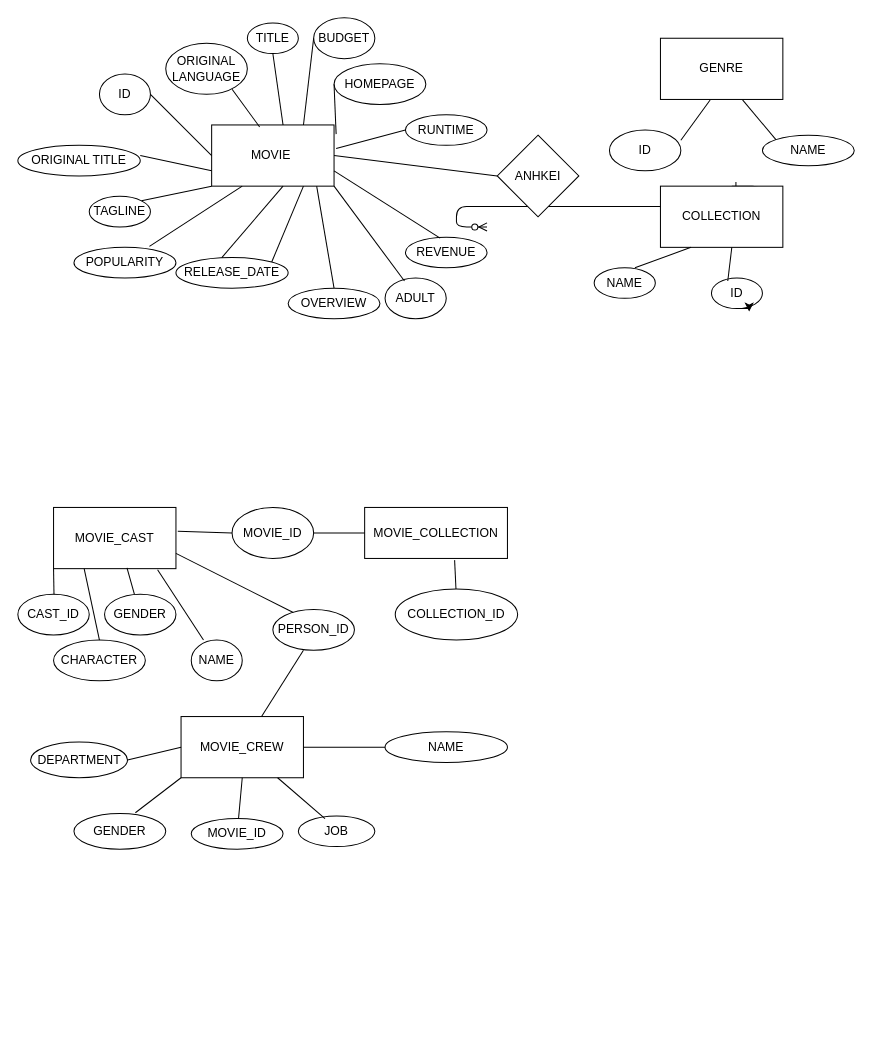
Above: Untitled Diagram.drawio in hraklhsk/hraklhsk (draw.io), before the change. Source tidied: cells renumbered, new cells numbered last; positions are measured from the earlier drawing's top-left corner, leaving out a move shared by most shapes. Both pictures are drawn from the tidied source at 102%, with x=0, y=0 at pixel (17, 17).
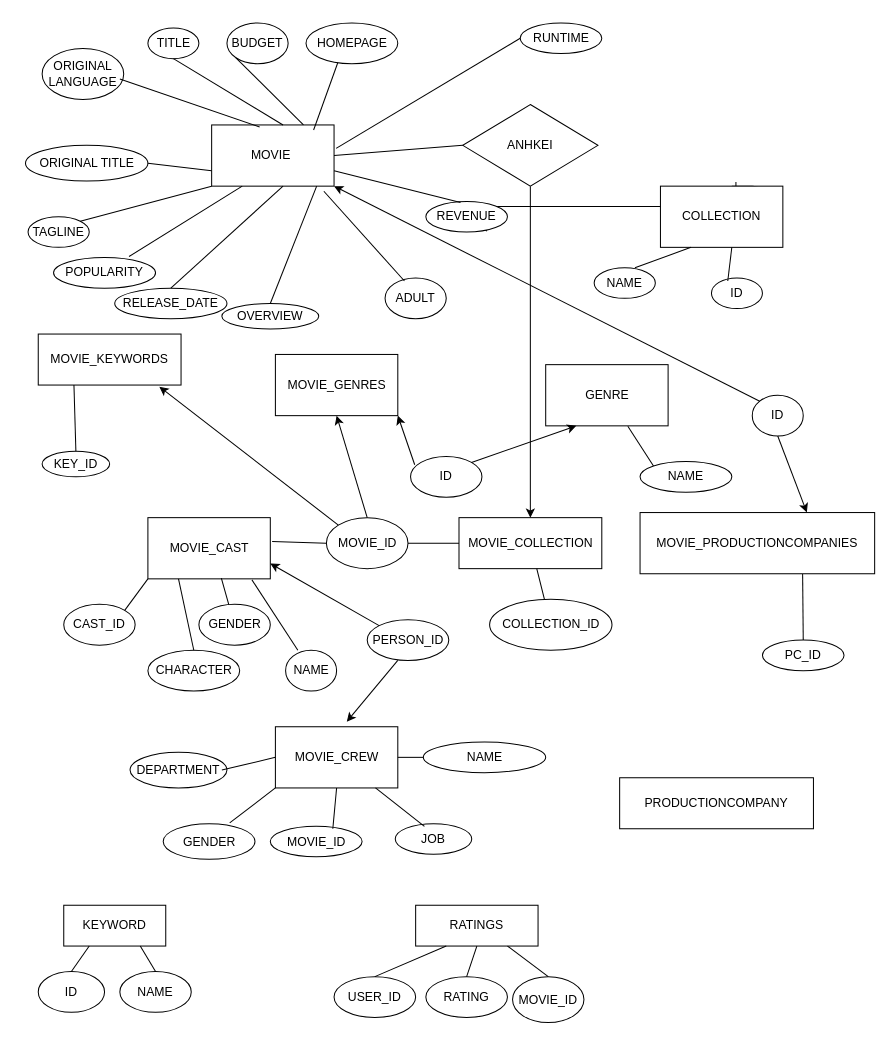
The same diagram, later.

The change refers to these unchanged cells:
```xml
<mxCell id="3" value="MOVIE&amp;nbsp;" style="rounded=0;whiteSpace=wrap;html=1;" parent="1" vertex="1">
  <mxGeometry x="190" y="105" width="120" height="60" as="geometry" />
</mxCell>
<mxCell id="5" value="ADULT" style="ellipse;whiteSpace=wrap;html=1;" parent="1" vertex="1">
  <mxGeometry x="360" y="255" width="60" height="40" as="geometry" />
</mxCell>
<mxCell id="33" value="ID" style="ellipse;whiteSpace=wrap;html=1;" parent="1" vertex="1">
  <mxGeometry x="680" y="255" width="50" height="30" as="geometry" />
</mxCell>
```

Diff of the diagram source:
```diff
@@
     <mxCell id="4" value="ID" style="ellipse;whiteSpace=wrap;html=1;" parent="1" vertex="1">
-      <mxGeometry x="80" y="55" width="50" height="40" as="geometry" />
+      <mxGeometry x="720" y="370" width="50" height="40" as="geometry" />
     </mxCell>
@@
     <mxCell id="7" value="BUDGET" style="ellipse;whiteSpace=wrap;html=1;" parent="1" vertex="1">
-      <mxGeometry x="290" width="60" height="40" as="geometry" />
+      <mxGeometry x="205" y="5" width="60" height="40" as="geometry" />
     </mxCell>
     <mxCell id="8" value="HOMEPAGE" style="ellipse;whiteSpace=wrap;html=1;" parent="1" vertex="1">
-      <mxGeometry x="310" y="45" width="90" height="40" as="geometry" />
+      <mxGeometry x="282.5" y="5" width="90" height="40" as="geometry" />
     </mxCell>
     <mxCell id="9" value="ORIGINAL LANGUAGE" style="ellipse;whiteSpace=wrap;html=1;" parent="1" vertex="1">
-      <mxGeometry x="145" y="25" width="80" height="50" as="geometry" />
+      <mxGeometry x="23.8" y="30" width="80" height="50" as="geometry" />
     </mxCell>
     <mxCell id="10" value="ORIGINAL TITLE" style="ellipse;whiteSpace=wrap;html=1;" parent="1" vertex="1">
-      <mxGeometry y="125" width="120" height="30" as="geometry" />
+      <mxGeometry x="7.5" y="125" width="120" height="35" as="geometry" />
     </mxCell>
     <mxCell id="11" value="TITLE" style="ellipse;whiteSpace=wrap;html=1;" parent="1" vertex="1">
-      <mxGeometry x="225" y="5" width="50" height="30" as="geometry" />
+      <mxGeometry x="127.5" y="10" width="50" height="30" as="geometry" />
     </mxCell>
     <mxCell id="12" value="TAGLINE" style="ellipse;whiteSpace=wrap;html=1;" parent="1" vertex="1">
-      <mxGeometry x="70" y="175" width="60" height="30" as="geometry" />
+      <mxGeometry x="10" y="195" width="60" height="30" as="geometry" />
     </mxCell>
     <mxCell id="13" value="OVERVIEW" style="ellipse;whiteSpace=wrap;html=1;" parent="1" vertex="1">
-      <mxGeometry x="265" y="265" width="90" height="30" as="geometry" />
+      <mxGeometry x="200" y="280" width="95" height="25" as="geometry" />
     </mxCell>
     <mxCell id="14" value="POPULARITY" style="ellipse;whiteSpace=wrap;html=1;" parent="1" vertex="1">
-      <mxGeometry x="55" y="225" width="100" height="30" as="geometry" />
+      <mxGeometry x="35" y="235" width="100" height="30" as="geometry" />
     </mxCell>
     <mxCell id="15" value="RELEASE_DATE" style="ellipse;whiteSpace=wrap;html=1;" parent="1" vertex="1">
-      <mxGeometry x="155" y="235" width="110" height="30" as="geometry" />
+      <mxGeometry x="95" y="265" width="110" height="30" as="geometry" />
     </mxCell>
     <mxCell id="16" value="REVENUE" style="ellipse;whiteSpace=wrap;html=1;" parent="1" vertex="1">
-      <mxGeometry x="380" y="215" width="80" height="30" as="geometry" />
+      <mxGeometry x="400" y="180" width="80" height="30" as="geometry" />
     </mxCell>
     <mxCell id="17" value="RUNTIME" style="ellipse;whiteSpace=wrap;html=1;" parent="1" vertex="1">
-      <mxGeometry x="380" y="95" width="80" height="30" as="geometry" />
+      <mxGeometry x="492.5" y="5" width="80" height="30" as="geometry" />
     </mxCell>
@@
-    <mxCell id="20" style="endArrow=none;html=1;rounded=0;exitX=0.317;exitY=0.075;exitDx=0;exitDy=0;exitPerimeter=0;entryX=1;entryY=1;entryDx=0;entryDy=0;" parent="1" edge="1" source="5" target="3">
-      <mxGeometry relative="1" as="geometry" />
+    <mxCell id="20" style="endArrow=none;html=1;rounded=0;exitX=0.317;exitY=0.075;exitDx=0;exitDy=0;exitPerimeter=0;" parent="1" edge="1" source="5">
+      <mxGeometry relative="1" as="geometry">
+        <mxPoint x="300" y="170" as="targetPoint" />
+      </mxGeometry>
     </mxCell>
@@
-    <mxCell id="23" style="endArrow=none;html=1;rounded=0;entryX=0.75;entryY=1;entryDx=0;entryDy=0;exitX=1;exitY=0;exitDx=0;exitDy=0;" parent="1" edge="1" source="15" target="3">
-      <mxGeometry relative="1" as="geometry" />
-    </mxCell>
-    <mxCell id="24" style="endArrow=none;html=1;rounded=0;entryX=1.017;entryY=0.383;entryDx=0;entryDy=0;entryPerimeter=0;" parent="1" edge="1" target="3">
-      <mxGeometry relative="1" as="geometry">
-        <mxPoint x="380" y="110" as="sourcePoint" />
-      </mxGeometry>
+    <mxCell id="24" style="endArrow=none;html=1;rounded=0;entryX=1.017;entryY=0.383;entryDx=0;entryDy=0;entryPerimeter=0;exitX=0;exitY=0.5;exitDx=0;exitDy=0;" parent="1" edge="1" source="17" target="3">
+      <mxGeometry relative="1" as="geometry" />
     </mxCell>
-    <mxCell id="25" style="endArrow=none;html=1;rounded=0;entryX=0;entryY=0.5;entryDx=0;entryDy=0;exitX=1;exitY=0.5;exitDx=0;exitDy=0;" parent="1" edge="1" source="4" target="3">
-      <mxGeometry relative="1" as="geometry" />
-    </mxCell>
-    <mxCell id="26" style="endArrow=none;html=1;rounded=0;entryX=0;entryY=0.75;entryDx=0;entryDy=0;" parent="1" edge="1" target="3">
-      <mxGeometry relative="1" as="geometry">
-        <mxPoint x="120" y="135" as="sourcePoint" />
-      </mxGeometry>
+    <mxCell id="26" style="endArrow=none;html=1;rounded=0;entryX=0;entryY=0.75;entryDx=0;entryDy=0;exitX=1;exitY=0.5;exitDx=0;exitDy=0;" parent="1" edge="1" source="10" target="3">
+      <mxGeometry relative="1" as="geometry" />
     </mxCell>
-    <mxCell id="27" style="endArrow=none;html=1;rounded=0;entryX=0;entryY=0.5;entryDx=0;entryDy=0;exitX=0.75;exitY=0;exitDx=0;exitDy=0;" parent="1" edge="1" source="3" target="7">
+    <mxCell id="27" style="endArrow=none;html=1;rounded=0;entryX=0;entryY=1;entryDx=0;entryDy=0;exitX=0.75;exitY=0;exitDx=0;exitDy=0;" parent="1" edge="1" source="3" target="7">
       <mxGeometry relative="1" as="geometry" />
     </mxCell>
-    <mxCell id="28" style="endArrow=none;html=1;rounded=0;entryX=0;entryY=0.5;entryDx=0;entryDy=0;exitX=1.017;exitY=0.15;exitDx=0;exitDy=0;exitPerimeter=0;" parent="1" edge="1" source="3" target="8">
+    <mxCell id="28" style="endArrow=none;html=1;rounded=0;entryX=0.346;entryY=0.975;entryDx=0;entryDy=0;exitX=0.833;exitY=0.083;exitDx=0;exitDy=0;exitPerimeter=0;entryPerimeter=0;" parent="1" edge="1" source="3" target="8">
       <mxGeometry relative="1" as="geometry" />
     </mxCell>
-    <mxCell id="29" style="endArrow=none;html=1;rounded=0;" parent="1" edge="1">
+    <mxCell id="29" style="endArrow=none;html=1;rounded=0;exitX=0.5;exitY=0;exitDx=0;exitDy=0;" parent="1" edge="1" source="15">
       <mxGeometry relative="1" as="geometry">
-        <mxPoint x="200" y="235" as="sourcePoint" />
         <mxPoint x="260" y="165" as="targetPoint" />
       </mxGeometry>
     </mxCell>
@@
-    <mxCell id="31" style="endArrow=none;html=1;rounded=0;entryX=0.813;entryY=0.9;entryDx=0;entryDy=0;entryPerimeter=0;exitX=0.392;exitY=0.033;exitDx=0;exitDy=0;exitPerimeter=0;" parent="1" edge="1" source="3" target="9">
-      <mxGeometry relative="1" as="geometry" />
+    <mxCell id="31" style="endArrow=none;html=1;rounded=0;exitX=0.392;exitY=0.033;exitDx=0;exitDy=0;exitPerimeter=0;" parent="1" edge="1" source="3">
+      <mxGeometry relative="1" as="geometry">
+        <mxPoint x="100" y="60" as="targetPoint" />
+      </mxGeometry>
     </mxCell>
@@
-    <mxCell id="38" style="edgeStyle=orthogonalEdgeStyle;rounded=0;orthogonalLoop=1;jettySize=auto;html=1;exitX=0.5;exitY=1;exitDx=0;exitDy=0;entryX=0.74;entryY=1.1;entryDx=0;entryDy=0;entryPerimeter=0;" parent="1" edge="1" source="33" target="33">
-      <mxGeometry relative="1" as="geometry" />
-    </mxCell>
+    <mxCell id="75" style="edgeStyle=orthogonalEdgeStyle;rounded=0;jettySize=auto;html=1;exitX=0.5;exitY=1;exitDx=0;exitDy=0;" parent="1" edge="1" source="39" target="58">
+      <mxGeometry relative="1" as="geometry" />
+    </mxCell>
     <mxCell id="39" value="ANHKEI" style="rhombus;whiteSpace=wrap;html=1;" parent="1" vertex="1">
-      <mxGeometry x="470" y="115" width="80" height="80" as="geometry" />
+      <mxGeometry x="436.2" y="85" width="132.5" height="80" as="geometry" />
     </mxCell>
@@
     <mxCell id="41" value="MOVIE_CAST" style="rounded=0;whiteSpace=wrap;html=1;" parent="1" vertex="1">
-      <mxGeometry x="35" y="480" width="120" height="60" as="geometry" />
+      <mxGeometry x="127.5" y="490" width="120" height="60" as="geometry" />
     </mxCell>
     <mxCell id="42" value="MOVIE_ID" style="ellipse;whiteSpace=wrap;html=1;" parent="1" vertex="1">
-      <mxGeometry x="210" y="480" width="80" height="50" as="geometry" />
+      <mxGeometry x="302.5" y="490" width="80" height="50" as="geometry" />
     </mxCell>
     <mxCell id="43" value="CAST_ID" style="ellipse;whiteSpace=wrap;html=1;" parent="1" vertex="1">
-      <mxGeometry y="565" width="70" height="40" as="geometry" />
+      <mxGeometry x="45" y="575" width="70" height="40" as="geometry" />
     </mxCell>
     <mxCell id="44" value="CHARACTER" style="ellipse;whiteSpace=wrap;html=1;" parent="1" vertex="1">
-      <mxGeometry x="35" y="610" width="90" height="40" as="geometry" />
+      <mxGeometry x="127.5" y="620" width="90" height="40" as="geometry" />
     </mxCell>
     <mxCell id="45" value="GENDER" style="ellipse;whiteSpace=wrap;html=1;" parent="1" vertex="1">
-      <mxGeometry x="85" y="565" width="70" height="40" as="geometry" />
+      <mxGeometry x="177.5" y="575" width="70" height="40" as="geometry" />
     </mxCell>
     <mxCell id="46" value="PERSON_ID" style="ellipse;whiteSpace=wrap;html=1;" parent="1" vertex="1">
-      <mxGeometry x="250" y="580" width="80" height="40" as="geometry" />
+      <mxGeometry x="342.5" y="590" width="80" height="40" as="geometry" />
     </mxCell>
     <mxCell id="47" value="NAME" style="ellipse;whiteSpace=wrap;html=1;" parent="1" vertex="1">
-      <mxGeometry x="170" y="610" width="50" height="40" as="geometry" />
+      <mxGeometry x="262.5" y="620" width="50" height="40" as="geometry" />
     </mxCell>
-    <mxCell id="48" style="endArrow=none;html=1;rounded=0;entryX=0;entryY=1;entryDx=0;entryDy=0;" parent="1" edge="1" source="43" target="41">
+    <mxCell id="48" style="endArrow=none;html=1;rounded=0;entryX=0;entryY=1;entryDx=0;entryDy=0;exitX=1;exitY=0;exitDx=0;exitDy=0;" parent="1" edge="1" source="43" target="41">
       <mxGeometry relative="1" as="geometry" />
     </mxCell>
@@
-    <mxCell id="52" style="endArrow=none;html=1;rounded=0;entryX=0.25;entryY=0.075;entryDx=0;entryDy=0;entryPerimeter=0;exitX=1;exitY=0.75;exitDx=0;exitDy=0;" parent="1" edge="1" source="41" target="46">
-      <mxGeometry relative="1" as="geometry" />
-    </mxCell>
     <mxCell id="53" value="GENRE" style="rounded=0;whiteSpace=wrap;html=1;" parent="1" vertex="1">
-      <mxGeometry x="630" y="20" width="120" height="60" as="geometry" />
+      <mxGeometry x="517.5" y="340" width="120" height="60" as="geometry" />
     </mxCell>
     <mxCell id="54" value="ID" style="ellipse;whiteSpace=wrap;html=1;" parent="1" vertex="1">
-      <mxGeometry x="580" y="110" width="70" height="40" as="geometry" />
+      <mxGeometry x="385" y="430" width="70" height="40" as="geometry" />
     </mxCell>
     <mxCell id="55" value="NAME" style="ellipse;whiteSpace=wrap;html=1;" parent="1" vertex="1">
-      <mxGeometry x="730" y="115" width="90" height="30" as="geometry" />
+      <mxGeometry x="610" y="435" width="90" height="30" as="geometry" />
     </mxCell>
-    <mxCell id="56" style="endArrow=none;html=1;rounded=0;entryX=0.406;entryY=1.008;entryDx=0;entryDy=0;entryPerimeter=0;" parent="1" edge="1" target="53">
-      <mxGeometry relative="1" as="geometry">
-        <mxPoint x="650" y="120" as="sourcePoint" />
-      </mxGeometry>
-    </mxCell>
@@
     <mxCell id="58" value="MOVIE_COLLECTION" style="rounded=0;whiteSpace=wrap;html=1;" parent="1" vertex="1">
-      <mxGeometry x="340" y="480" width="140" height="50" as="geometry" />
+      <mxGeometry x="432.5" y="490" width="140" height="50" as="geometry" />
     </mxCell>
     <mxCell id="59" value="COLLECTION_ID" style="ellipse;whiteSpace=wrap;html=1;" parent="1" vertex="1">
-      <mxGeometry x="370" y="560" width="120" height="50" as="geometry" />
+      <mxGeometry x="462.5" y="570" width="120" height="50" as="geometry" />
     </mxCell>
-    <mxCell id="60" style="endArrow=none;html=1;rounded=0;exitX=0.63;exitY=1.033;exitDx=0;exitDy=0;exitPerimeter=0;" parent="1" edge="1" source="58" target="59">
+    <mxCell id="60" style="endArrow=none;html=1;rounded=0;" parent="1" edge="1" source="58" target="59">
       <mxGeometry relative="1" as="geometry" />
     </mxCell>
@@
     <mxCell id="63" value="MOVIE_CREW" style="rounded=0;whiteSpace=wrap;html=1;" parent="1" vertex="1">
-      <mxGeometry x="160" y="685" width="120" height="60" as="geometry" />
+      <mxGeometry x="252.5" y="695" width="120" height="60" as="geometry" />
     </mxCell>
     <mxCell id="64" value="MOVIE_ID" style="ellipse;whiteSpace=wrap;html=1;" parent="1" vertex="1">
-      <mxGeometry x="170" y="785" width="90" height="30" as="geometry" />
+      <mxGeometry x="247.5" y="792.5" width="90" height="30" as="geometry" />
     </mxCell>
     <mxCell id="65" value="DEPARTMENT" style="ellipse;whiteSpace=wrap;html=1;" parent="1" vertex="1">
-      <mxGeometry x="12.5" y="710" width="95" height="35" as="geometry" />
+      <mxGeometry x="110" y="720" width="95" height="35" as="geometry" />
     </mxCell>
     <mxCell id="66" value="GENDER" style="ellipse;whiteSpace=wrap;html=1;" parent="1" vertex="1">
-      <mxGeometry x="55" y="780" width="90" height="35" as="geometry" />
+      <mxGeometry x="142.5" y="790" width="90" height="35" as="geometry" />
     </mxCell>
     <mxCell id="67" value="JOB" style="ellipse;whiteSpace=wrap;html=1;" parent="1" vertex="1">
-      <mxGeometry x="275" y="782.5" width="75" height="30" as="geometry" />
+      <mxGeometry x="370" y="790" width="75" height="30" as="geometry" />
     </mxCell>
     <mxCell id="68" value="NAME" style="ellipse;whiteSpace=wrap;html=1;" parent="1" vertex="1">
-      <mxGeometry x="360" y="700" width="120" height="30" as="geometry" />
+      <mxGeometry x="397.5" y="710" width="120" height="30" as="geometry" />
     </mxCell>
-    <mxCell id="69" style="endArrow=none;html=1;rounded=0;" parent="1" edge="1" target="63">
-      <mxGeometry relative="1" as="geometry">
-        <mxPoint x="280" y="620" as="sourcePoint" />
-      </mxGeometry>
-    </mxCell>
-    <mxCell id="70" style="endArrow=none;html=1;rounded=0;entryX=1;entryY=0.5;entryDx=0;entryDy=0;exitX=0;exitY=0.5;exitDx=0;exitDy=0;" parent="1" edge="1" source="63" target="65">
-      <mxGeometry relative="1" as="geometry" />
+    <mxCell id="70" style="endArrow=none;html=1;rounded=0;entryX=1;entryY=0.5;entryDx=0;entryDy=0;exitX=0;exitY=0.5;exitDx=0;exitDy=0;" parent="1" edge="1" source="63">
+      <mxGeometry relative="1" as="geometry">
+        <mxPoint x="200" y="737.5" as="targetPoint" />
+      </mxGeometry>
     </mxCell>
-    <mxCell id="71" style="endArrow=none;html=1;rounded=0;entryX=0.669;entryY=-0.02;entryDx=0;entryDy=0;entryPerimeter=0;exitX=0;exitY=1;exitDx=0;exitDy=0;" parent="1" edge="1" source="63" target="66">
-      <mxGeometry relative="1" as="geometry" />
+    <mxCell id="71" style="endArrow=none;html=1;rounded=0;entryX=0.669;entryY=-0.02;entryDx=0;entryDy=0;entryPerimeter=0;exitX=0;exitY=1;exitDx=0;exitDy=0;" parent="1" edge="1" source="63">
+      <mxGeometry relative="1" as="geometry">
+        <mxPoint x="207.7" y="789.3" as="targetPoint" />
+      </mxGeometry>
     </mxCell>
-    <mxCell id="72" style="endArrow=none;html=1;rounded=0;exitX=0.5;exitY=1;exitDx=0;exitDy=0;" parent="1" edge="1" source="63" target="64">
-      <mxGeometry relative="1" as="geometry" />
+    <mxCell id="72" style="endArrow=none;html=1;rounded=0;exitX=0.5;exitY=1;exitDx=0;exitDy=0;" parent="1" edge="1" source="63">
+      <mxGeometry relative="1" as="geometry">
+        <mxPoint x="308.8" y="795" as="targetPoint" />
+      </mxGeometry>
     </mxCell>
-    <mxCell id="73" style="endArrow=none;html=1;rounded=0;entryX=0.348;entryY=0.089;entryDx=0;entryDy=0;entryPerimeter=0;" parent="1" edge="1" source="63" target="67">
-      <mxGeometry relative="1" as="geometry" />
+    <mxCell id="73" style="endArrow=none;html=1;rounded=0;entryX=0.348;entryY=0.089;entryDx=0;entryDy=0;entryPerimeter=0;" parent="1" edge="1" source="63">
+      <mxGeometry relative="1" as="geometry">
+        <mxPoint x="398.6" y="792.7" as="targetPoint" />
+      </mxGeometry>
     </mxCell>
@@
+    <mxCell id="76" value="MOVIE_GENRES" style="rounded=0;whiteSpace=wrap;html=1;" parent="1" vertex="1">
+      <mxGeometry x="252.5" y="330" width="120" height="60" as="geometry" />
+    </mxCell>
+    <mxCell id="77" style="endArrow=classic;html=1;rounded=0;entryX=0.5;entryY=1;entryDx=0;entryDy=0;exitX=0.5;exitY=0;exitDx=0;exitDy=0;" parent="1" edge="1" source="42" target="76">
+      <mxGeometry relative="1" as="geometry" />
+    </mxCell>
+    <mxCell id="78" style="endArrow=classic;html=1;rounded=0;exitX=0.058;exitY=0.203;exitDx=0;exitDy=0;entryX=1;entryY=1;entryDx=0;entryDy=0;exitPerimeter=0;" parent="1" edge="1" source="54" target="76">
+      <mxGeometry relative="1" as="geometry" />
+    </mxCell>
+    <mxCell id="79" style="endArrow=classic;html=1;rounded=0;" parent="1" edge="1">
+      <mxGeometry relative="1" as="geometry">
+        <mxPoint x="372.5" y="630" as="sourcePoint" />
+        <mxPoint x="322.5" y="690" as="targetPoint" />
+      </mxGeometry>
+    </mxCell>
+    <mxCell id="80" value="MOVIE_PRODUCTIONCOMPANIES" style="rounded=0;whiteSpace=wrap;html=1;" parent="1" vertex="1">
+      <mxGeometry x="610" y="485" width="230" height="60" as="geometry" />
+    </mxCell>
+    <mxCell id="81" style="endArrow=classic;html=1;rounded=0;entryX=0.711;entryY=-0.002;entryDx=0;entryDy=0;entryPerimeter=0;exitX=0.5;exitY=1;exitDx=0;exitDy=0;" parent="1" edge="1" source="4" target="80">
+      <mxGeometry relative="1" as="geometry" />
+    </mxCell>
+    <mxCell id="82" value="PC_ID" style="ellipse;whiteSpace=wrap;html=1;" parent="1" vertex="1">
+      <mxGeometry x="730" y="610" width="80" height="30" as="geometry" />
+    </mxCell>
+    <mxCell id="83" style="endArrow=none;html=1;rounded=0;exitX=0.693;exitY=1.003;exitDx=0;exitDy=0;exitPerimeter=0;entryX=0.5;entryY=0;entryDx=0;entryDy=0;" parent="1" edge="1" source="80" target="82">
+      <mxGeometry relative="1" as="geometry" />
+    </mxCell>
+    <mxCell id="84" value="PRODUCTIONCOMPANY" style="rounded=0;whiteSpace=wrap;html=1;" parent="1" vertex="1">
+      <mxGeometry x="590" y="745" width="190" height="50" as="geometry" />
+    </mxCell>
+    <mxCell id="85" style="endArrow=classic;html=1;rounded=0;entryX=0.25;entryY=1;entryDx=0;entryDy=0;exitX=1;exitY=0;exitDx=0;exitDy=0;" parent="1" edge="1" source="54" target="53">
+      <mxGeometry relative="1" as="geometry" />
+    </mxCell>
+    <mxCell id="25" style="endArrow=classic;html=1;rounded=0;exitX=0;exitY=0;exitDx=0;exitDy=0;entryX=1;entryY=1;entryDx=0;entryDy=0;" parent="1" edge="1" source="4" target="3">
+      <mxGeometry relative="1" as="geometry" />
+    </mxCell>
+    <mxCell id="86" value="RATINGS" style="rounded=0;whiteSpace=wrap;html=1;" parent="1" vertex="1">
+      <mxGeometry x="390" y="870" width="120" height="40" as="geometry" />
+    </mxCell>
+    <mxCell id="87" value="USER_ID" style="ellipse;whiteSpace=wrap;html=1;" parent="1" vertex="1">
+      <mxGeometry x="310" y="940" width="80" height="40" as="geometry" />
+    </mxCell>
+    <mxCell id="88" value="MOVIE_ID" style="ellipse;whiteSpace=wrap;html=1;" parent="1" vertex="1">
+      <mxGeometry x="485" y="940" width="70" height="45" as="geometry" />
+    </mxCell>
+    <mxCell id="89" value="RATING" style="ellipse;whiteSpace=wrap;html=1;" parent="1" vertex="1">
+      <mxGeometry x="400" y="940" width="80" height="40" as="geometry" />
+    </mxCell>
+    <mxCell id="90" style="endArrow=none;html=1;rounded=0;entryX=0.25;entryY=1;entryDx=0;entryDy=0;exitX=0.5;exitY=0;exitDx=0;exitDy=0;" parent="1" edge="1" source="87" target="86">
+      <mxGeometry relative="1" as="geometry" />
+    </mxCell>
+    <mxCell id="91" style="endArrow=none;html=1;rounded=0;exitX=0.5;exitY=0;exitDx=0;exitDy=0;" parent="1" edge="1" source="89">
+      <mxGeometry relative="1" as="geometry">
+        <mxPoint x="450" y="910" as="targetPoint" />
+      </mxGeometry>
+    </mxCell>
+    <mxCell id="92" style="endArrow=none;html=1;rounded=0;exitX=0.5;exitY=0;exitDx=0;exitDy=0;entryX=0.75;entryY=1;entryDx=0;entryDy=0;" parent="1" edge="1" source="88" target="86">
+      <mxGeometry relative="1" as="geometry" />
+    </mxCell>
+    <mxCell id="93" value="KEYWORD" style="rounded=0;whiteSpace=wrap;html=1;" parent="1" vertex="1">
+      <mxGeometry x="45" y="870" width="100" height="40" as="geometry" />
+    </mxCell>
+    <mxCell id="94" value="ID" style="ellipse;whiteSpace=wrap;html=1;" parent="1" vertex="1">
+      <mxGeometry x="20" y="935" width="65" height="40" as="geometry" />
+    </mxCell>
+    <mxCell id="95" value="NAME" style="ellipse;whiteSpace=wrap;html=1;" parent="1" vertex="1">
+      <mxGeometry x="100" y="935" width="70" height="40" as="geometry" />
+    </mxCell>
+    <mxCell id="96" style="endArrow=none;html=1;rounded=0;exitX=0.5;exitY=0;exitDx=0;exitDy=0;entryX=0.25;entryY=1;entryDx=0;entryDy=0;" parent="1" edge="1" source="94" target="93">
+      <mxGeometry relative="1" as="geometry" />
+    </mxCell>
+    <mxCell id="97" style="endArrow=none;html=1;rounded=0;exitX=0.5;exitY=0;exitDx=0;exitDy=0;entryX=0.75;entryY=1;entryDx=0;entryDy=0;" parent="1" edge="1" source="95" target="93">
+      <mxGeometry relative="1" as="geometry" />
+    </mxCell>
+    <mxCell id="98" style="endArrow=classic;html=1;rounded=0;entryX=1;entryY=0.75;entryDx=0;entryDy=0;exitX=0;exitY=0;exitDx=0;exitDy=0;" parent="1" edge="1" source="46" target="41">
+      <mxGeometry relative="1" as="geometry" />
+    </mxCell>
+    <mxCell id="99" value="MOVIE_KEYWORDS" style="rounded=0;whiteSpace=wrap;html=1;" parent="1" vertex="1">
+      <mxGeometry x="20" y="310" width="140" height="50" as="geometry" />
+    </mxCell>
+    <mxCell id="100" style="endArrow=classic;html=1;rounded=0;entryX=0.848;entryY=1.033;entryDx=0;entryDy=0;entryPerimeter=0;exitX=0;exitY=0;exitDx=0;exitDy=0;" parent="1" edge="1" source="42" target="99">
+      <mxGeometry relative="1" as="geometry" />
+    </mxCell>
+    <mxCell id="101" value="KEY_ID" style="ellipse;whiteSpace=wrap;html=1;" parent="1" vertex="1">
+      <mxGeometry x="23.8" y="425" width="66.2" height="25" as="geometry" />
+    </mxCell>
+    <mxCell id="102" style="endArrow=none;html=1;rounded=0;entryX=0.25;entryY=1;entryDx=0;entryDy=0;exitX=0.5;exitY=0;exitDx=0;exitDy=0;" parent="1" edge="1" source="101" target="99">
+      <mxGeometry relative="1" as="geometry" />
+    </mxCell>
```
